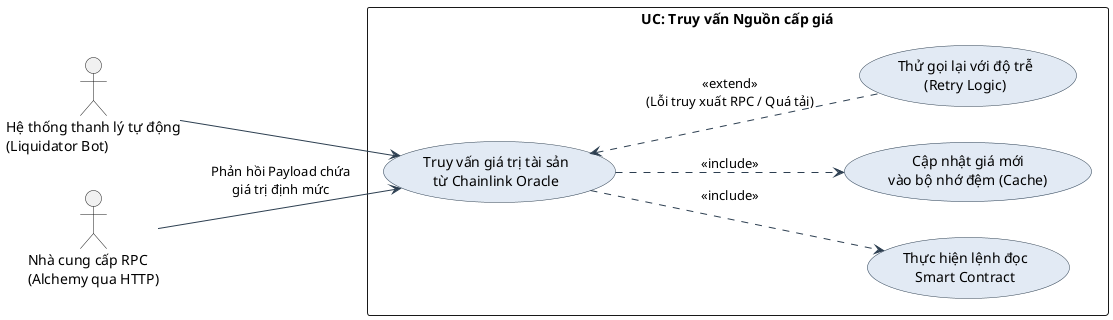
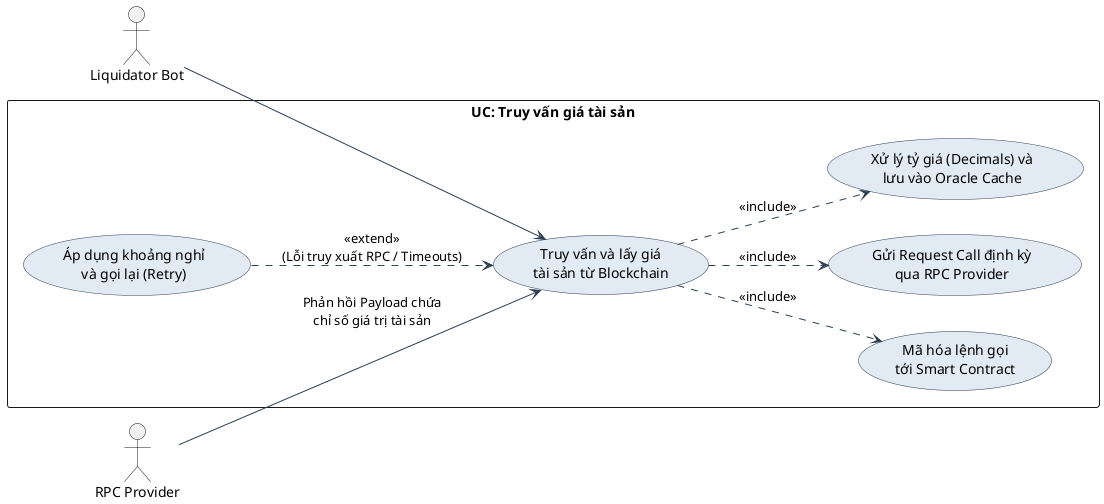
@startuml
skinparam packageStyle rectangle
skinparam backgroundColor #FFFFFF
skinparam usecase {
    BackgroundColor #E2EAF4
    BorderColor #2C3E50
    ArrowColor #2C3E50
    FontName Arial
}

left to right direction

- actor "Hệ thống thanh lý tự động\n(Liquidator Bot)" as Bot
- actor "Nhà cung cấp RPC\n(Alchemy qua HTTP)" as RPC
+ actor "Liquidator Bot" as Bot
+ actor "RPC Provider" as RPC

- rectangle "UC: Truy vấn Nguồn cấp giá" {
+ rectangle "UC: Truy vấn giá tài sản" {

-     usecase "Truy vấn giá trị tài sản\ntừ Chainlink Oracle" as UC03
+     usecase "Truy vấn và lấy giá\ntài sản từ Blockchain" as UC03

-     usecase "Thực hiện lệnh đọc\nSmart Contract" as Sub1
-     usecase "Cập nhật giá mới\nvào bộ nhớ đệm (Cache)" as Sub2
+     usecase "Mã hóa lệnh gọi\ntới Smart Contract" as Sub1
+     usecase "Gửi Request Call định kỳ\nqua RPC Provider" as Sub2
+     usecase "Xử lý tỷ giá (Decimals) và\nlưu vào Oracle Cache" as Sub3

-     usecase "Thử gọi lại với độ trễ\n(Retry Logic)" as Ext1
+     usecase "Áp dụng khoảng nghỉ\nvà gọi lại (Retry)" as Ext1
}

Bot --> UC03
+ RPC --> UC03 : "Phản hồi Payload chứa\nchỉ số giá trị tài sản"

- RPC --> UC03 : "Phản hồi Payload chứa\ngiá trị định mức"
- 
- ' Các nghiệp vụ chính cần thực hiện
+ ' Các luồng sự kiện chính
UC03 ..> Sub1 : <<include>>
UC03 ..> Sub2 : <<include>>
+ UC03 ..> Sub3 : <<include>>

- ' Mở rộng xử lý ngoại lệ (như đề cập trong bảng)
- Ext1 .up.> UC03 : <<extend>>\n(Lỗi truy xuất RPC / Quá tải)
+ ' Các luồng ngoại lệ / thay thế
+ Ext1 .down.> UC03 : <<extend>>\n(Lỗi truy xuất RPC / Timeouts)

@enduml
